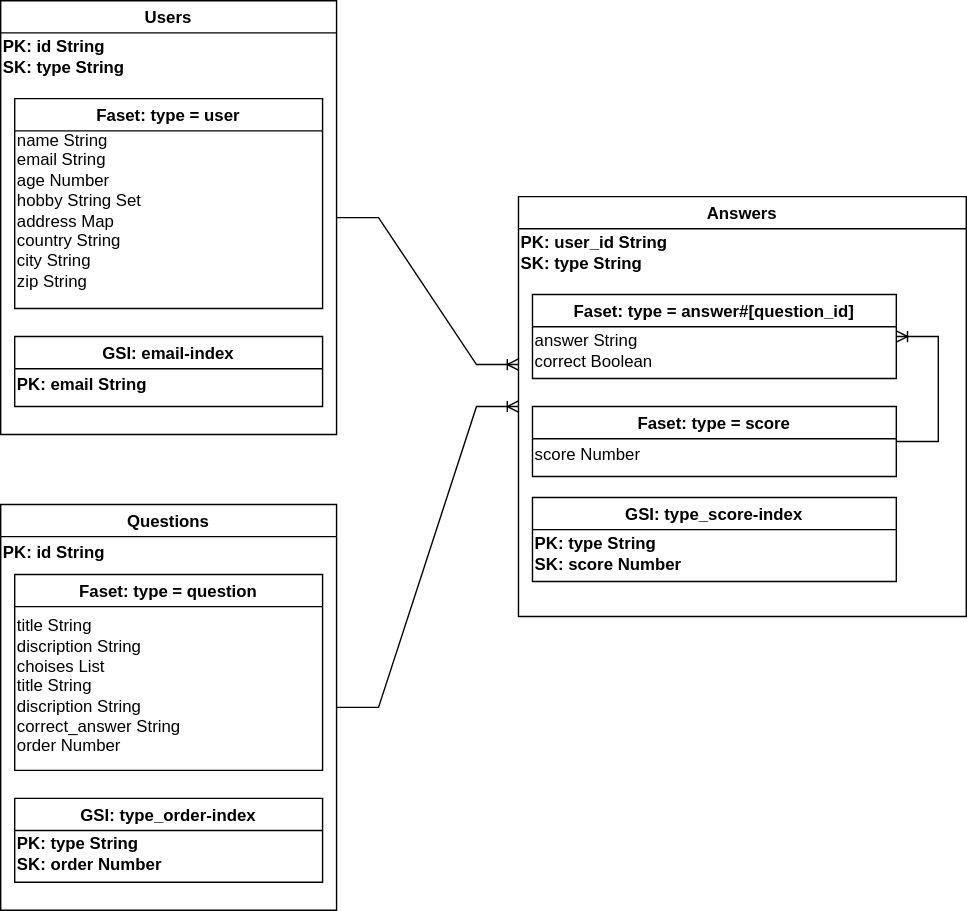
Above: er.drawio.svg in danishi/dynamodb-er-diagram (draw.io), before the change. Source tidied: cells renumbered, new cells last; positions are measured from the earlier drawing's top-left corner, leaving out a move shared by most shapes.
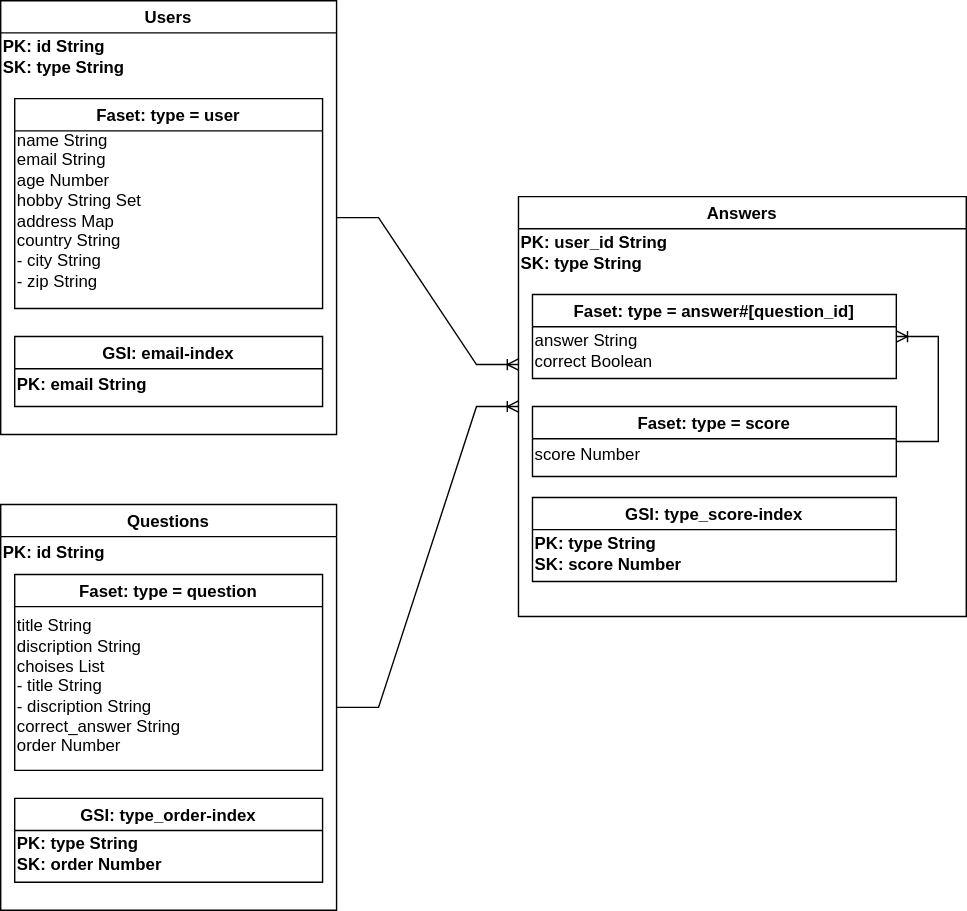
Above is the later version.

Change to the diagram source:
```diff
@@ -11,7 +11,7 @@
     <mxCell id="4" value="Faset: type = user" style="swimlane;" parent="2" vertex="1">
       <mxGeometry x="10" y="70" width="220" height="150" as="geometry" />
     </mxCell>
-    <mxCell id="5" value="&lt;span&gt;name String&lt;br&gt;email String&lt;br&gt;age Number&lt;br&gt;hobby String Set&lt;br&gt;address Map&lt;br&gt;&amp;nbsp; &amp;nbsp; country String&lt;br&gt;&amp;nbsp; &amp;nbsp; city String&lt;br&gt;&amp;nbsp; &amp;nbsp; zip String&lt;br&gt;&lt;/span&gt;" style="text;html=1;align=left;verticalAlign=middle;strokeColor=none;fillColor=none;fontStyle=0;" parent="4" vertex="1">
+    <mxCell id="5" value="&lt;span&gt;name String&lt;br&gt;email String&lt;br&gt;age Number&lt;br&gt;hobby String Set&lt;br&gt;address Map&lt;br&gt;country String&lt;br&gt;&lt;/span&gt;-&amp;nbsp;&lt;span&gt;city String&lt;br&gt;&lt;/span&gt;-&amp;nbsp;&lt;span&gt;zip String&lt;br&gt;&lt;/span&gt;" style="text;html=1;align=left;verticalAlign=middle;strokeColor=none;fillColor=none;fontStyle=0;" parent="4" vertex="1">
       <mxGeometry y="20" width="100" height="120" as="geometry" />
     </mxCell>
     <mxCell id="6" value="GSI: email-index" style="swimlane;" parent="2" vertex="1">
@@ -67,7 +67,7 @@
     <mxCell id="22" value="Faset: type = question" style="swimlane;startSize=23;" parent="18" vertex="1">
       <mxGeometry x="10" y="50" width="220" height="140" as="geometry" />
     </mxCell>
-    <mxCell id="23" value="title String&lt;br&gt;discription String&lt;br&gt;choises List&lt;br&gt;&amp;nbsp; &amp;nbsp; title String&lt;br&gt;&amp;nbsp; &amp;nbsp; discription String&lt;br&gt;correct_answer&amp;nbsp;String&lt;br&gt;&lt;span style=&quot;font-weight: 700&quot;&gt;&lt;span style=&quot;font-weight: normal&quot;&gt;order Number&lt;/span&gt;&lt;/span&gt;&lt;span&gt;&lt;br&gt;&lt;/span&gt;" style="text;html=1;align=left;verticalAlign=middle;strokeColor=none;fillColor=none;fontStyle=0;" parent="22" vertex="1">
+    <mxCell id="23" value="title String&lt;br&gt;discription String&lt;br&gt;choises List&lt;br&gt;-&amp;nbsp;title String&lt;br&gt;-&amp;nbsp;discription String&lt;br&gt;correct_answer&amp;nbsp;String&lt;br&gt;&lt;span style=&quot;font-weight: 700&quot;&gt;&lt;span style=&quot;font-weight: normal&quot;&gt;order Number&lt;/span&gt;&lt;/span&gt;&lt;span&gt;&lt;br&gt;&lt;/span&gt;" style="text;html=1;align=left;verticalAlign=middle;strokeColor=none;fillColor=none;fontStyle=0;" parent="22" vertex="1">
       <mxGeometry y="30" width="130" height="100" as="geometry" />
     </mxCell>
     <mxCell id="24" style="edgeStyle=entityRelationEdgeStyle;fontSize=12;html=1;endArrow=ERoneToMany;rounded=0;exitX=1;exitY=0.5;exitDx=0;exitDy=0;entryX=0;entryY=0.5;entryDx=0;entryDy=0;" parent="1" edge="1" source="18" target="9">
```
